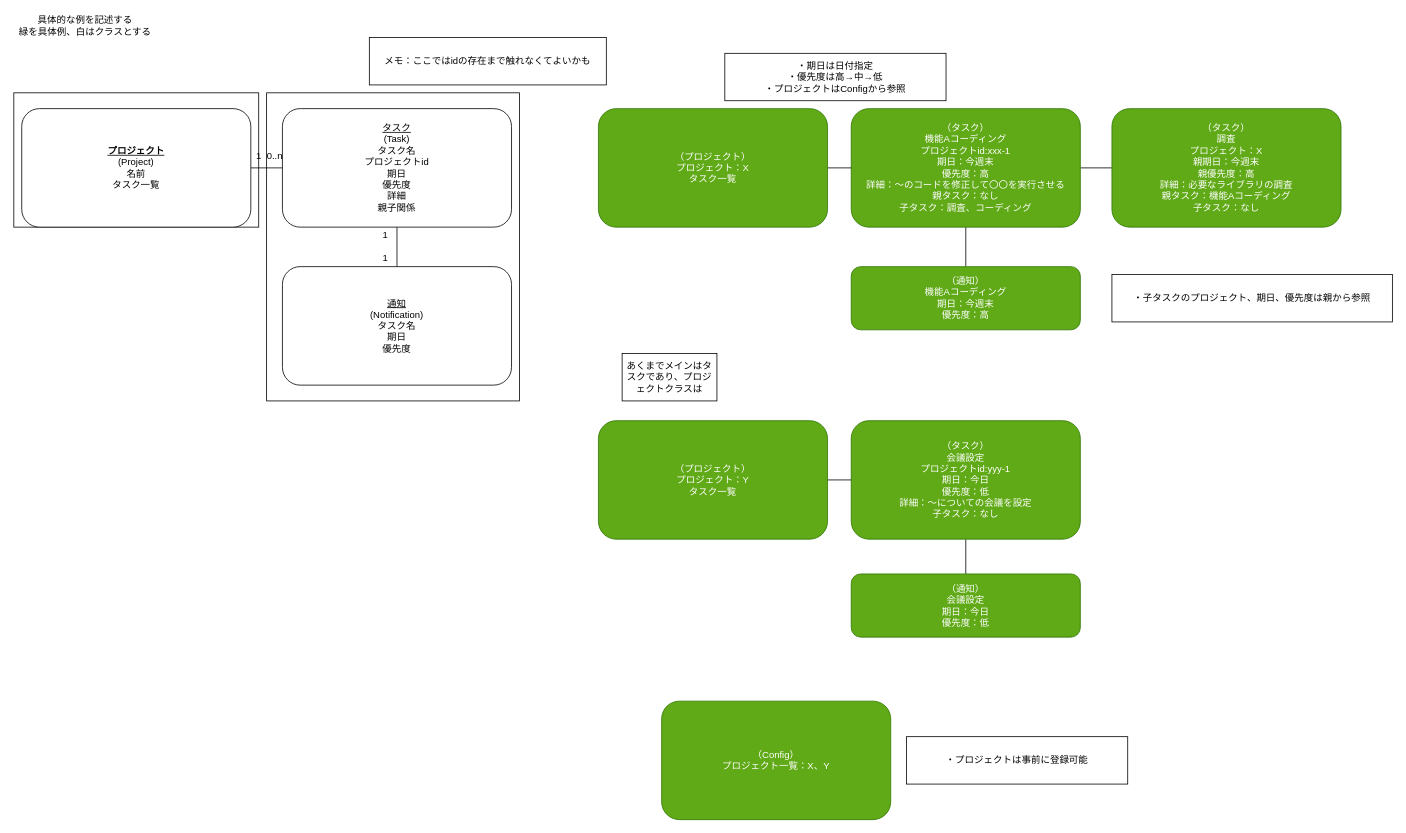
Above: page "ドメインモデル図/オブジェクト図" (3 of 3) of Documents/SystemDesign.drawio in Gyabi/TODOManager (draw.io), before the change. Source tidied: cells renumbered, new cells numbered last; positions are measured from the earlier drawing's top-left corner, leaving out a move shared by most shapes. Both pictures are drawn from the tidied source at 79%, with x=0, y=0 at pixel (13, 13).
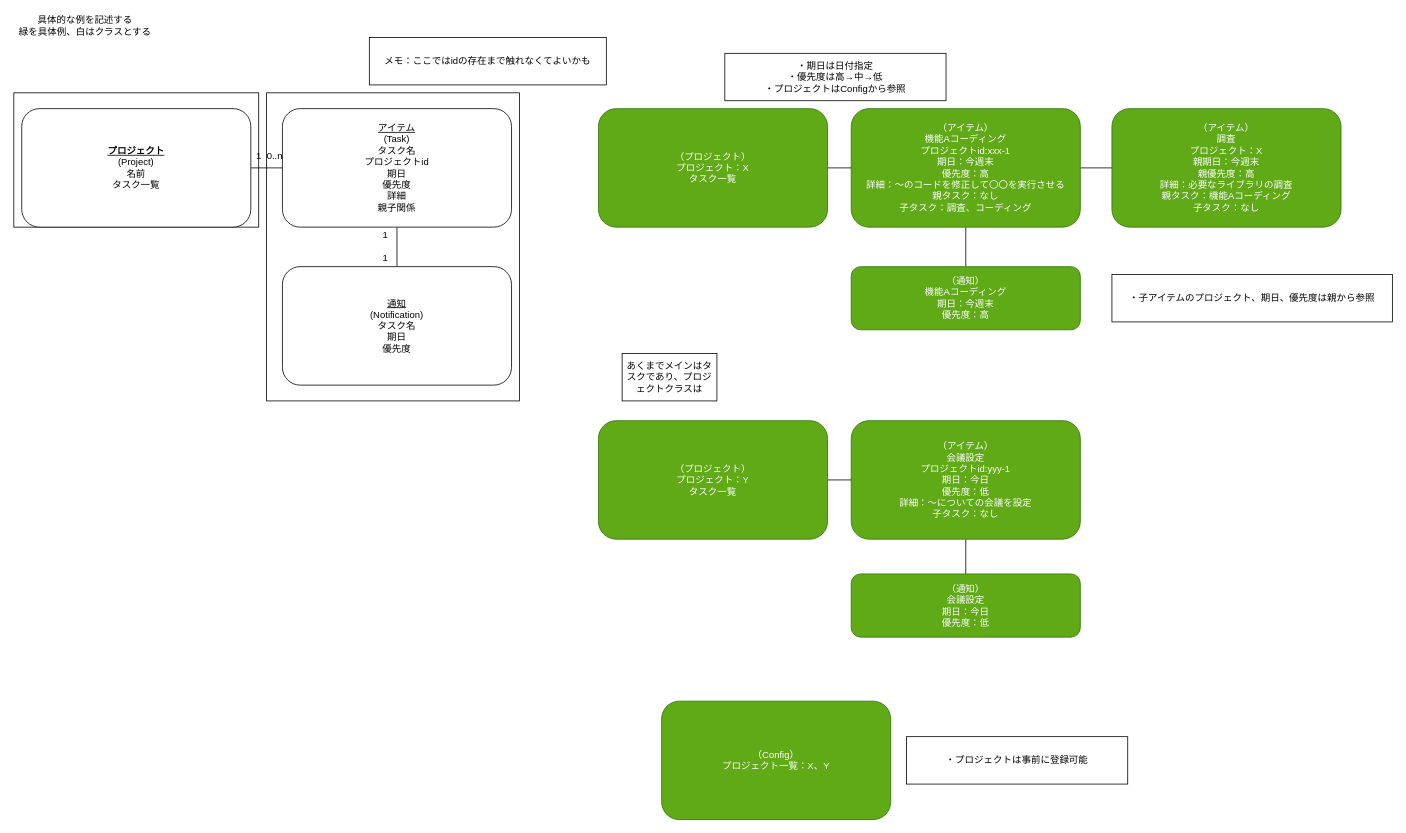
The same diagram, later.

The edit, as a diff of the source:
```diff
@@
-    <mxCell id="7" value="（タスク）&lt;br&gt;機能Aコーディング&lt;br&gt;プロジェクトid:xxx-1&lt;br&gt;期日：今週末&lt;br&gt;優先度：高&lt;br&gt;詳細：～のコードを修正して〇〇を実行させる&lt;br&gt;親タスク：なし&lt;br&gt;子タスク：調査、コーディング" style="rounded=1;whiteSpace=wrap;html=1;fillColor=#60a917;fontColor=#ffffff;strokeColor=#2D7600;" parent="1" vertex="1">
+    <mxCell id="7" value="（アイテム）&lt;br&gt;機能Aコーディング&lt;br&gt;プロジェクトid:xxx-1&lt;br&gt;期日：今週末&lt;br&gt;優先度：高&lt;br&gt;詳細：～のコードを修正して〇〇を実行させる&lt;br&gt;親タスク：なし&lt;br&gt;子タスク：調査、コーディング" style="rounded=1;whiteSpace=wrap;html=1;fillColor=#60a917;fontColor=#ffffff;strokeColor=#2D7600;" parent="1" vertex="1">
       <mxGeometry x="1060" y="120" width="290" height="150" as="geometry" />
     </mxCell>
@@
-    <mxCell id="12" value="（タスク）&lt;br&gt;会議設定&lt;br&gt;プロジェクトid:yyy-1&lt;br&gt;期日：今日&lt;br&gt;優先度：低&lt;br&gt;詳細：～についての会議を設定&lt;br&gt;子タスク：なし" style="rounded=1;whiteSpace=wrap;html=1;fillColor=#60a917;fontColor=#ffffff;strokeColor=#2D7600;" parent="1" vertex="1">
+    <mxCell id="12" value="（アイテム）&lt;br&gt;会議設定&lt;br&gt;プロジェクトid:yyy-1&lt;br&gt;期日：今日&lt;br&gt;優先度：低&lt;br&gt;詳細：～についての会議を設定&lt;br&gt;子タスク：なし" style="rounded=1;whiteSpace=wrap;html=1;fillColor=#60a917;fontColor=#ffffff;strokeColor=#2D7600;" parent="1" vertex="1">
       <mxGeometry x="1060" y="515" width="290" height="150" as="geometry" />
     </mxCell>
-    <mxCell id="13" value="（タスク）&lt;br&gt;調査&lt;br&gt;プロジェクト：X&lt;br&gt;親期日：今週末&lt;br&gt;親優先度：高&lt;br&gt;詳細：必要なライブラリの調査&lt;br&gt;親タスク：機能Aコーディング&lt;br&gt;子タスク：なし" style="rounded=1;whiteSpace=wrap;html=1;fillColor=#60a917;fontColor=#ffffff;strokeColor=#2D7600;" parent="1" vertex="1">
+    <mxCell id="13" value="（アイテム）&lt;br&gt;調査&lt;br&gt;プロジェクト：X&lt;br&gt;親期日：今週末&lt;br&gt;親優先度：高&lt;br&gt;詳細：必要なライブラリの調査&lt;br&gt;親タスク：機能Aコーディング&lt;br&gt;子タスク：なし" style="rounded=1;whiteSpace=wrap;html=1;fillColor=#60a917;fontColor=#ffffff;strokeColor=#2D7600;" parent="1" vertex="1">
       <mxGeometry x="1390" y="120" width="290" height="150" as="geometry" />
     </mxCell>
@@
-    <mxCell id="18" value="・子タスクのプロジェクト、期日、優先度は親から参照" style="rounded=0;whiteSpace=wrap;html=1;" parent="1" vertex="1">
+    <mxCell id="18" value="・子アイテムのプロジェクト、期日、優先度は親から参照" style="rounded=0;whiteSpace=wrap;html=1;" parent="1" vertex="1">
       <mxGeometry x="1390" y="330" width="355" height="60" as="geometry" />
     </mxCell>
@@
-    <mxCell id="24" value="&lt;u&gt;タスク&lt;br&gt;&lt;/u&gt;(Task)&lt;br&gt;タスク名&lt;br&gt;プロジェクトid&lt;br&gt;期日&lt;br&gt;優先度&lt;br&gt;詳細&lt;br&gt;親子関係" style="rounded=1;whiteSpace=wrap;html=1;" parent="1" vertex="1">
+    <mxCell id="24" value="&lt;u&gt;アイテム&lt;br&gt;&lt;/u&gt;(Task)&lt;br&gt;タスク名&lt;br&gt;プロジェクトid&lt;br&gt;期日&lt;br&gt;優先度&lt;br&gt;詳細&lt;br&gt;親子関係" style="rounded=1;whiteSpace=wrap;html=1;" parent="1" vertex="1">
       <mxGeometry x="340" y="120" width="290" height="150" as="geometry" />
     </mxCell>
```
